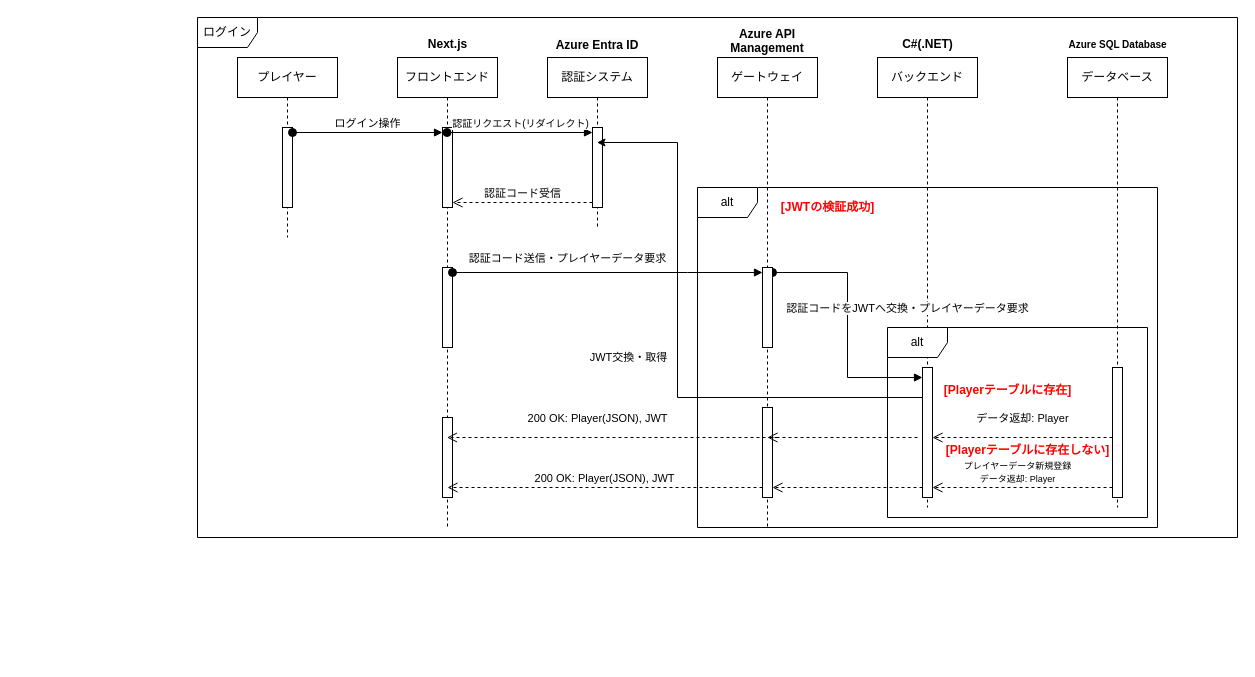
Earlier version of the draw.io diagram page "ログイン" (1 of 2) of docs/UML/シーケンス図.drawio (ayumu203/poke-clone-v3). Source tidied: cells renumbered, new cells numbered last; positions are measured from the earlier drawing's top-left corner, leaving out a move shared by most shapes. Both pictures are drawn from the tidied source at 100%, with x=0, y=0 at pixel (197, 17).
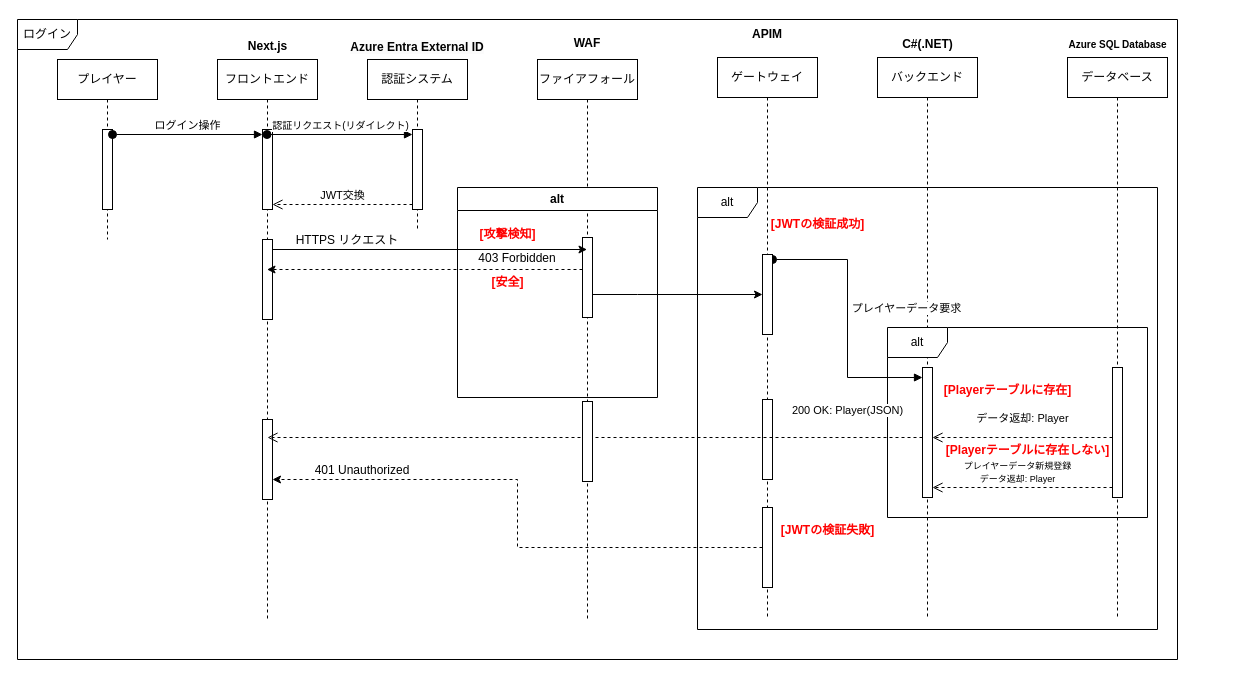
The same page after the edit.

Unchanged cells that the change refers to:
```xml
<mxCell id="6" style="html=1;points=[[0,0,0,0,5],[0,1,0,0,-5],[1,0,0,0,5],[1,1,0,0,-5]];perimeter=orthogonalPerimeter;outlineConnect=0;targetShapes=umlLifeline;portConstraint=eastwest;newEdgeStyle={&quot;curved&quot;:0,&quot;rounded&quot;:0};" parent="5" vertex="1">
  <mxGeometry x="45" y="70" width="10" height="80" as="geometry" />
</mxCell>
<mxCell id="7" style="html=1;points=[[0,0,0,0,5],[0,1,0,0,-5],[1,0,0,0,5],[1,1,0,0,-5]];perimeter=orthogonalPerimeter;outlineConnect=0;targetShapes=umlLifeline;portConstraint=eastwest;newEdgeStyle={&quot;curved&quot;:0,&quot;rounded&quot;:0};" parent="5" vertex="1">
  <mxGeometry x="45" y="360" width="10" height="80" as="geometry" />
</mxCell>
<mxCell id="11" style="html=1;points=[[0,0,0,0,5],[0,1,0,0,-5],[1,0,0,0,5],[1,1,0,0,-5]];perimeter=orthogonalPerimeter;outlineConnect=0;targetShapes=umlLifeline;portConstraint=eastwest;newEdgeStyle={&quot;curved&quot;:0,&quot;rounded&quot;:0};" parent="10" vertex="1">
  <mxGeometry x="45" y="70" width="10" height="80" as="geometry" />
</mxCell>
<mxCell id="18" style="html=1;points=[[0,0,0,0,5],[0,1,0,0,-5],[1,0,0,0,5],[1,1,0,0,-5]];perimeter=orthogonalPerimeter;outlineConnect=0;targetShapes=umlLifeline;portConstraint=eastwest;newEdgeStyle={&quot;curved&quot;:0,&quot;rounded&quot;:0};" parent="1" vertex="1">
  <mxGeometry x="725" y="350" width="10" height="130" as="geometry" />
</mxCell>
```

Diff of the diagram source:
```diff
@@
     <mxCell id="2" value="&lt;div&gt;&lt;span style=&quot;background-color: transparent; color: light-dark(rgb(0, 0, 0), rgb(255, 255, 255));&quot;&gt;ログイン&lt;/span&gt;&lt;br&gt;&lt;/div&gt;" style="shape=umlFrame;whiteSpace=wrap;html=1;" parent="1" vertex="1">
-      <mxGeometry width="1040" height="520" as="geometry" />
+      <mxGeometry x="-180" y="2" width="1160" height="640" as="geometry" />
     </mxCell>
     <mxCell id="3" value="プレイヤー" style="shape=umlLifeline;perimeter=lifelinePerimeter;whiteSpace=wrap;html=1;newEdgeStyle={&quot;curved&quot;:0,&quot;rounded&quot;:0};" parent="1" vertex="1">
-      <mxGeometry x="40" y="40" width="100" height="180" as="geometry" />
+      <mxGeometry x="-140" y="42" width="100" height="180" as="geometry" />
     </mxCell>
@@
     <mxCell id="5" value="フロントエンド" style="shape=umlLifeline;perimeter=lifelinePerimeter;whiteSpace=wrap;html=1;outlineConnect=0;portConstraint=eastwest;newEdgeStyle={&quot;curved&quot;:0,&quot;rounded&quot;:0};" parent="1" vertex="1">
-      <mxGeometry x="200" y="40" width="100" height="470" as="geometry" />
+      <mxGeometry x="20" y="42" width="100" height="560" as="geometry" />
     </mxCell>
@@
+    <mxCell id="32" style="html=1;points=[[0,0,0,0,5],[0,1,0,0,-5],[1,0,0,0,5],[1,1,0,0,-5]];perimeter=orthogonalPerimeter;outlineConnect=0;targetShapes=umlLifeline;portConstraint=eastwest;newEdgeStyle={&quot;curved&quot;:0,&quot;rounded&quot;:0};" parent="5" vertex="1">
+      <mxGeometry x="45" y="180" width="10" height="80" as="geometry" />
+    </mxCell>
@@
     <mxCell id="9" value="Next.js" style="text;align=center;fontStyle=1;verticalAlign=middle;spacingLeft=3;spacingRight=3;strokeColor=none;html=1;" parent="1" vertex="1">
-      <mxGeometry x="200" y="14" width="100" height="26" as="geometry" />
+      <mxGeometry x="20" y="16" width="100" height="26" as="geometry" />
     </mxCell>
     <mxCell id="10" value="認証システム" style="shape=umlLifeline;perimeter=lifelinePerimeter;whiteSpace=wrap;html=1;outlineConnect=0;portConstraint=eastwest;newEdgeStyle={&quot;curved&quot;:0,&quot;rounded&quot;:0};" parent="1" vertex="1">
-      <mxGeometry x="350" y="40" width="100" height="170" as="geometry" />
+      <mxGeometry x="170" y="42" width="100" height="170" as="geometry" />
     </mxCell>
@@
-    <mxCell id="13" value="認証コード受信" style="html=1;verticalAlign=bottom;endArrow=open;dashed=1;endSize=8;curved=0;rounded=0;entryX=1;entryY=1;entryDx=0;entryDy=-5;entryPerimeter=0;" parent="1" edge="1" source="11" target="6">
+    <mxCell id="13" value="JWT交換" style="html=1;verticalAlign=bottom;endArrow=open;dashed=1;endSize=8;curved=0;rounded=0;entryX=1;entryY=1;entryDx=0;entryDy=-5;entryPerimeter=0;" parent="1" edge="1" source="11" target="6">
       <mxGeometry relative="1" as="geometry" />
     </mxCell>
     <mxCell id="14" value="バックエンド" style="shape=umlLifeline;perimeter=lifelinePerimeter;whiteSpace=wrap;html=1;newEdgeStyle={&quot;curved&quot;:0,&quot;rounded&quot;:0};" parent="1" vertex="1">
-      <mxGeometry x="680" y="40" width="100" height="450" as="geometry" />
+      <mxGeometry x="680" y="40" width="100" height="562" as="geometry" />
     </mxCell>
@@
-    <mxCell id="16" style="edgeStyle=orthogonalEdgeStyle;rounded=0;jettySize=auto;html=1;curved=0;" parent="1" edge="1" source="18" target="10">
-      <mxGeometry relative="1" as="geometry">
-        <Array as="points">
-          <mxPoint x="480" y="380" />
-          <mxPoint x="480" y="125" />
-        </Array>
-      </mxGeometry>
-    </mxCell>
-    <mxCell id="17" value="JWT交換・取得" style="edgeLabel;html=1;align=center;verticalAlign=middle;" parent="16" vertex="1">
-      <mxGeometry x="-0.03" y="-1" relative="1" as="geometry">
-        <mxPoint x="-51" y="-4" as="offset" />
-      </mxGeometry>
-    </mxCell>
@@
     <mxCell id="19" value="データベース" style="shape=umlLifeline;perimeter=lifelinePerimeter;whiteSpace=wrap;html=1;newEdgeStyle={&quot;curved&quot;:0,&quot;rounded&quot;:0};" parent="1" vertex="1">
-      <mxGeometry x="870" y="40" width="100" height="450" as="geometry" />
+      <mxGeometry x="870" y="40" width="100" height="562" as="geometry" />
     </mxCell>
@@
-    <mxCell id="21" value="&lt;span style=&quot;color: rgb(0, 0, 0); font-family: Helvetica; font-size: 12px; font-style: normal; font-variant-ligatures: normal; font-variant-caps: normal; letter-spacing: normal; orphans: 2; text-indent: 0px; text-transform: none; widows: 2; word-spacing: 0px; -webkit-text-stroke-width: 0px; white-space: normal; background-color: rgb(251, 251, 251); text-decoration-thickness: initial; text-decoration-style: initial; text-decoration-color: initial; float: none; display: inline !important;&quot;&gt;&lt;b&gt;Azure Entra ID&lt;/b&gt;&lt;/span&gt;" style="text;whiteSpace=wrap;html=1;align=center;" parent="1" vertex="1">
-      <mxGeometry x="350" y="14" width="100" height="40" as="geometry" />
+    <mxCell id="21" value="&lt;span style=&quot;color: rgb(0, 0, 0); font-family: Helvetica; font-size: 12px; font-style: normal; font-variant-ligatures: normal; font-variant-caps: normal; letter-spacing: normal; orphans: 2; text-indent: 0px; text-transform: none; widows: 2; word-spacing: 0px; -webkit-text-stroke-width: 0px; white-space: normal; background-color: rgb(251, 251, 251); text-decoration-thickness: initial; text-decoration-style: initial; text-decoration-color: initial; float: none; display: inline !important;&quot;&gt;&lt;b&gt;Azure Entra External ID&lt;/b&gt;&lt;/span&gt;" style="text;whiteSpace=wrap;html=1;align=center;" parent="1" vertex="1">
+      <mxGeometry x="150" y="16" width="140" height="40" as="geometry" />
     </mxCell>
     <mxCell id="22" value="alt" style="shape=umlFrame;whiteSpace=wrap;html=1;" parent="1" vertex="1">
-      <mxGeometry x="500" y="170" width="460" height="340" as="geometry" />
+      <mxGeometry x="500" y="170" width="460" height="442" as="geometry" />
     </mxCell>
@@
     <mxCell id="24" value="&lt;div&gt;&lt;font style=&quot;color: rgb(255, 0, 0);&quot;&gt;[JWTの検証成功]&lt;/font&gt;&lt;/div&gt;" style="text;align=center;fontStyle=1;verticalAlign=middle;spacingLeft=3;spacingRight=3;strokeColor=none;html=1;" parent="1" vertex="1">
-      <mxGeometry x="590" y="177" width="80" height="26" as="geometry" />
+      <mxGeometry x="580" y="194" width="80" height="26" as="geometry" />
     </mxCell>
@@
-    <mxCell id="30" value="認証コードをJWTへ交換・プレイヤーデータ要求" style="html=1;verticalAlign=bottom;startArrow=oval;endArrow=block;startSize=8;rounded=0;exitX=1;exitY=0;exitDx=0;exitDy=5;exitPerimeter=0;edgeStyle=orthogonalEdgeStyle;" parent="1" edge="1" source="33" target="18">
+    <mxCell id="30" value="プレイヤーデータ要求" style="html=1;verticalAlign=bottom;startArrow=oval;endArrow=block;startSize=8;rounded=0;exitX=1;exitY=0;exitDx=0;exitDy=5;exitPerimeter=0;edgeStyle=orthogonalEdgeStyle;" parent="1" edge="1" source="33" target="18">
       <mxGeometry x="0.88" y="60" relative="1" as="geometry">
         <Array as="points">
-          <mxPoint x="650" y="255" />
+          <mxPoint x="650" y="242" />
           <mxPoint x="650" y="360" />
         </Array>
       </mxGeometry>
     </mxCell>
     <mxCell id="31" value="ゲートウェイ" style="shape=umlLifeline;perimeter=lifelinePerimeter;whiteSpace=wrap;html=1;newEdgeStyle={&quot;curved&quot;:0,&quot;rounded&quot;:0};" parent="1" vertex="1">
-      <mxGeometry x="520" y="40" width="100" height="470" as="geometry" />
+      <mxGeometry x="520" y="40" width="100" height="562" as="geometry" />
     </mxCell>
-    <mxCell id="32" style="html=1;points=[[0,0,0,0,5],[0,1,0,0,-5],[1,0,0,0,5],[1,1,0,0,-5]];perimeter=orthogonalPerimeter;outlineConnect=0;targetShapes=umlLifeline;portConstraint=eastwest;newEdgeStyle={&quot;curved&quot;:0,&quot;rounded&quot;:0};" parent="31" vertex="1">
-      <mxGeometry x="-275" y="210" width="10" height="80" as="geometry" />
-    </mxCell>
     <mxCell id="33" style="html=1;points=[[0,0,0,0,5],[0,1,0,0,-5],[1,0,0,0,5],[1,1,0,0,-5]];perimeter=orthogonalPerimeter;outlineConnect=0;targetShapes=umlLifeline;portConstraint=eastwest;newEdgeStyle={&quot;curved&quot;:0,&quot;rounded&quot;:0};" parent="31" vertex="1">
-      <mxGeometry x="45" y="210" width="10" height="80" as="geometry" />
+      <mxGeometry x="45" y="197" width="10" height="80" as="geometry" />
     </mxCell>
-    <mxCell id="34" value="認証コード送信・プレイヤーデータ要求" style="html=1;verticalAlign=bottom;startArrow=oval;endArrow=block;startSize=8;curved=0;rounded=0;entryX=0;entryY=0;entryDx=0;entryDy=5;" parent="31" edge="1" source="32" target="33">
-      <mxGeometry x="-0.26" y="5" relative="1" as="geometry">
-        <Array as="points">
-          <mxPoint x="-30" y="215" />
-        </Array>
-      </mxGeometry>
-    </mxCell>
-    <mxCell id="35" style="html=1;points=[[0,0,0,0,5],[0,1,0,0,-5],[1,0,0,0,5],[1,1,0,0,-5]];perimeter=orthogonalPerimeter;outlineConnect=0;targetShapes=umlLifeline;portConstraint=eastwest;newEdgeStyle={&quot;curved&quot;:0,&quot;rounded&quot;:0};" parent="31" vertex="1">
-      <mxGeometry x="45" y="350" width="10" height="90" as="geometry" />
-    </mxCell>
+    <mxCell id="41" style="html=1;points=[[0,0,0,0,5],[0,1,0,0,-5],[1,0,0,0,5],[1,1,0,0,-5]];perimeter=orthogonalPerimeter;outlineConnect=0;targetShapes=umlLifeline;portConstraint=eastwest;newEdgeStyle={&quot;curved&quot;:0,&quot;rounded&quot;:0};" parent="31" vertex="1">
+      <mxGeometry x="45" y="450" width="10" height="80" as="geometry" />
+    </mxCell>
+    <mxCell id="42" style="html=1;perimeter=orthogonalPerimeter;targetShapes=umlLifeline;newEdgeStyle={&quot;curved&quot;:0,&quot;rounded&quot;:0};" parent="31" vertex="1">
+      <mxGeometry x="45" y="342" width="10" height="80" as="geometry" />
+    </mxCell>
-    <mxCell id="36" value="&lt;span style=&quot;color: rgb(0, 0, 0); font-family: Helvetica; font-size: 12px; font-style: normal; font-variant-ligatures: normal; font-variant-caps: normal; letter-spacing: normal; orphans: 2; text-indent: 0px; text-transform: none; widows: 2; word-spacing: 0px; -webkit-text-stroke-width: 0px; white-space: normal; background-color: rgb(251, 251, 251); text-decoration-thickness: initial; text-decoration-style: initial; text-decoration-color: initial; float: none; display: inline !important;&quot;&gt;&lt;b&gt;Azure API Management&lt;/b&gt;&lt;/span&gt;" style="text;whiteSpace=wrap;html=1;align=center;" parent="1" vertex="1">
+    <mxCell id="36" value="&lt;b&gt;APIM&lt;/b&gt;" style="text;whiteSpace=wrap;html=1;align=center;" parent="1" vertex="1">
       <mxGeometry x="520" y="3" width="100" height="37" as="geometry" />
     </mxCell>
-    <mxCell id="37" style="html=1;verticalAlign=bottom;endArrow=open;dashed=1;endSize=8;curved=0;rounded=0;" parent="1" edge="1">
-      <mxGeometry y="-10" relative="1" as="geometry">
-        <mxPoint x="725" y="470" as="sourcePoint" />
-        <mxPoint x="575" y="470" as="targetPoint" />
-      </mxGeometry>
-    </mxCell>
-    <mxCell id="38" value="200 OK: Player(JSON), JWT" style="html=1;verticalAlign=bottom;endArrow=open;dashed=1;endSize=8;curved=0;rounded=0;" parent="1" edge="1">
-      <mxGeometry x="0.09" y="-10" relative="1" as="geometry">
-        <mxPoint x="580" y="420" as="sourcePoint" />
-        <mxPoint x="249.5" y="420" as="targetPoint" />
-      </mxGeometry>
-    </mxCell>
-    <mxCell id="39" style="html=1;verticalAlign=bottom;endArrow=open;dashed=1;endSize=8;curved=0;rounded=0;" parent="1" edge="1">
-      <mxGeometry y="-10" relative="1" as="geometry">
-        <mxPoint x="720" y="420" as="sourcePoint" />
-        <mxPoint x="570" y="420" as="targetPoint" />
-      </mxGeometry>
-    </mxCell>
-    <mxCell id="40" value="200 OK: Player(JSON), JWT" style="html=1;verticalAlign=bottom;endArrow=open;dashed=1;endSize=8;curved=0;rounded=0;" parent="1" edge="1" source="35">
-      <mxGeometry relative="1" as="geometry">
-        <mxPoint x="250" y="470" as="targetPoint" />
+    <mxCell id="40" value="200 OK: Player(JSON)" style="html=1;verticalAlign=bottom;endArrow=open;dashed=1;endSize=8;curved=0;rounded=0;" parent="1" edge="1">
+      <mxGeometry x="-0.77" y="-18" relative="1" as="geometry">
+        <mxPoint x="725" y="420" as="sourcePoint" />
+        <mxPoint x="70" y="420" as="targetPoint" />
       </mxGeometry>
     </mxCell>
+    <mxCell id="43" value="ファイアフォール" style="shape=umlLifeline;perimeter=lifelinePerimeter;whiteSpace=wrap;html=1;newEdgeStyle={&quot;curved&quot;:0,&quot;rounded&quot;:0};" parent="1" vertex="1">
+      <mxGeometry x="340" y="42" width="100" height="560" as="geometry" />
+    </mxCell>
+    <mxCell id="44" style="html=1;points=[[0,0,0,0,5],[0,1,0,0,-5],[1,0,0,0,5],[1,1,0,0,-5]];perimeter=orthogonalPerimeter;outlineConnect=0;targetShapes=umlLifeline;portConstraint=eastwest;newEdgeStyle={&quot;curved&quot;:0,&quot;rounded&quot;:0};" parent="43" vertex="1">
+      <mxGeometry x="45" y="178" width="10" height="80" as="geometry" />
+    </mxCell>
+    <mxCell id="45" style="html=1;perimeter=orthogonalPerimeter;targetShapes=umlLifeline;newEdgeStyle={&quot;curved&quot;:0,&quot;rounded&quot;:0};" parent="43" vertex="1">
+      <mxGeometry x="45" y="342" width="10" height="80" as="geometry" />
+    </mxCell>
+    <mxCell id="46" value="&lt;b&gt;WAF&lt;/b&gt;" style="text;whiteSpace=wrap;html=1;align=center;" parent="1" vertex="1">
+      <mxGeometry x="340" y="12" width="100" height="27" as="geometry" />
+    </mxCell>
+    <mxCell id="47" style="edgeStyle=orthogonalEdgeStyle;rounded=0;orthogonalLoop=1;jettySize=auto;html=1;curved=0;" parent="1" edge="1">
+      <mxGeometry relative="1" as="geometry">
+        <mxPoint x="75" y="232" as="sourcePoint" />
+        <mxPoint x="389.5" y="232" as="targetPoint" />
+      </mxGeometry>
+    </mxCell>
+    <mxCell id="48" value="alt" style="swimlane;whiteSpace=wrap;html=1;" parent="1" vertex="1">
+      <mxGeometry x="260" y="170" width="200" height="210" as="geometry" />
+    </mxCell>
+    <mxCell id="49" value="&lt;font color=&quot;#ff0000&quot;&gt;[攻撃検知]&lt;/font&gt;" style="text;align=center;fontStyle=1;verticalAlign=middle;spacingLeft=3;spacingRight=3;strokeColor=none;html=1;" parent="48" vertex="1">
+      <mxGeometry x="10" y="34" width="80" height="26" as="geometry" />
+    </mxCell>
+    <mxCell id="50" value="403 Forbidden" style="text;html=1;align=center;verticalAlign=middle;whiteSpace=wrap;rounded=0;" parent="48" vertex="1">
+      <mxGeometry x="20" y="60" width="80" height="22" as="geometry" />
+    </mxCell>
+    <mxCell id="51" value="&lt;font color=&quot;#ff0000&quot;&gt;[安全]&lt;/font&gt;" style="text;align=center;fontStyle=1;verticalAlign=middle;spacingLeft=3;spacingRight=3;strokeColor=none;html=1;" parent="48" vertex="1">
+      <mxGeometry x="10" y="82" width="80" height="26" as="geometry" />
+    </mxCell>
+    <mxCell id="52" style="edgeStyle=orthogonalEdgeStyle;rounded=0;jettySize=auto;html=1;curved=0;dashed=1;" parent="1" edge="1" source="44" target="5">
+      <mxGeometry relative="1" as="geometry">
+        <Array as="points">
+          <mxPoint x="160" y="252" />
+          <mxPoint x="160" y="252" />
+        </Array>
+      </mxGeometry>
+    </mxCell>
+    <mxCell id="53" style="edgeStyle=orthogonalEdgeStyle;rounded=0;jettySize=auto;html=1;curved=0;" parent="1" edge="1" source="44" target="33">
+      <mxGeometry relative="1" as="geometry">
+        <Array as="points">
+          <mxPoint x="440" y="277" />
+          <mxPoint x="440" y="277" />
+        </Array>
+      </mxGeometry>
+    </mxCell>
+    <mxCell id="54" value="HTTPS リクエスト" style="text;html=1;align=center;verticalAlign=middle;whiteSpace=wrap;rounded=0;" parent="1" vertex="1">
+      <mxGeometry x="90" y="212" width="120" height="22" as="geometry" />
+    </mxCell>
+    <mxCell id="55" value="&lt;div&gt;&lt;font style=&quot;color: rgb(255, 0, 0);&quot;&gt;[JWTの検証失敗]&lt;/font&gt;&lt;/div&gt;" style="text;align=center;fontStyle=1;verticalAlign=middle;spacingLeft=3;spacingRight=3;strokeColor=none;html=1;" parent="1" vertex="1">
+      <mxGeometry x="590" y="500" width="80" height="26" as="geometry" />
+    </mxCell>
+    <mxCell id="56" style="edgeStyle=orthogonalEdgeStyle;rounded=0;jettySize=auto;html=1;curved=0;dashed=1;" parent="1" edge="1" source="41" target="7">
+      <mxGeometry relative="1" as="geometry">
+        <Array as="points">
+          <mxPoint x="320" y="530" />
+          <mxPoint x="320" y="462" />
+        </Array>
+      </mxGeometry>
+    </mxCell>
+    <mxCell id="57" value="401 Unauthorized" style="text;html=1;align=center;verticalAlign=middle;whiteSpace=wrap;rounded=0;" parent="1" vertex="1">
+      <mxGeometry x="100" y="442" width="130" height="22" as="geometry" />
+    </mxCell>
```
